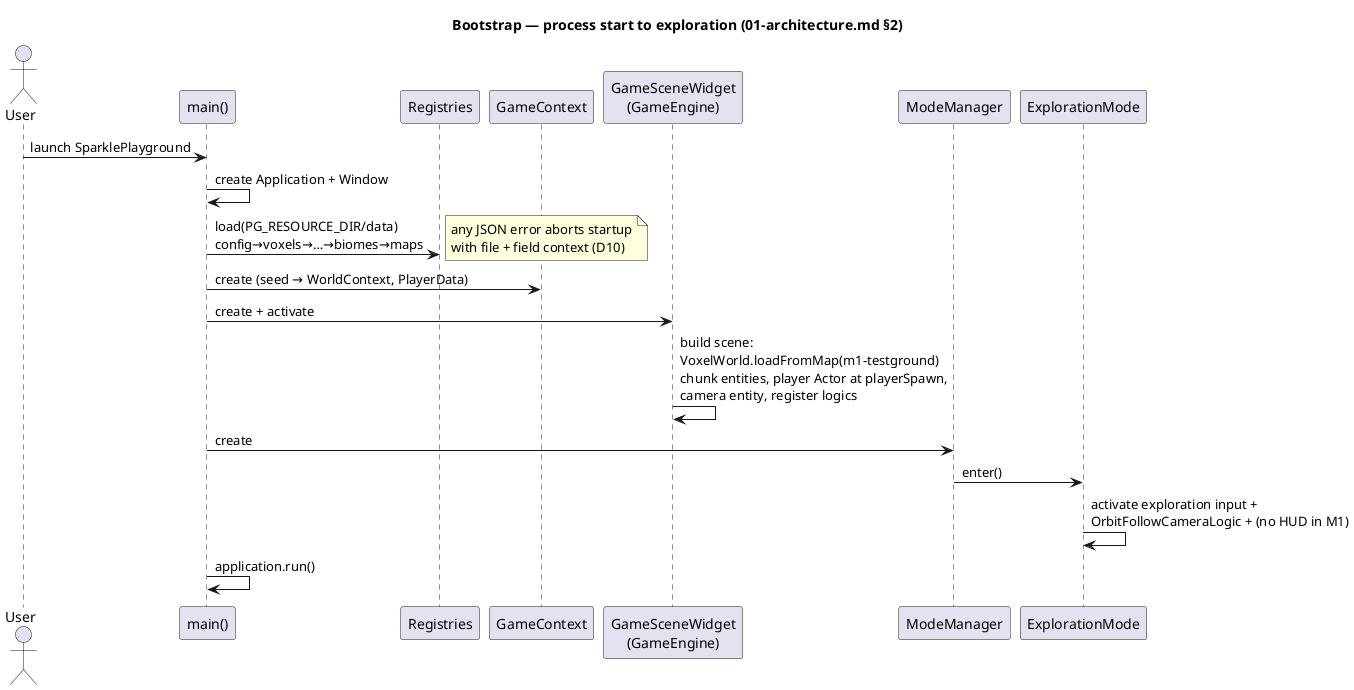
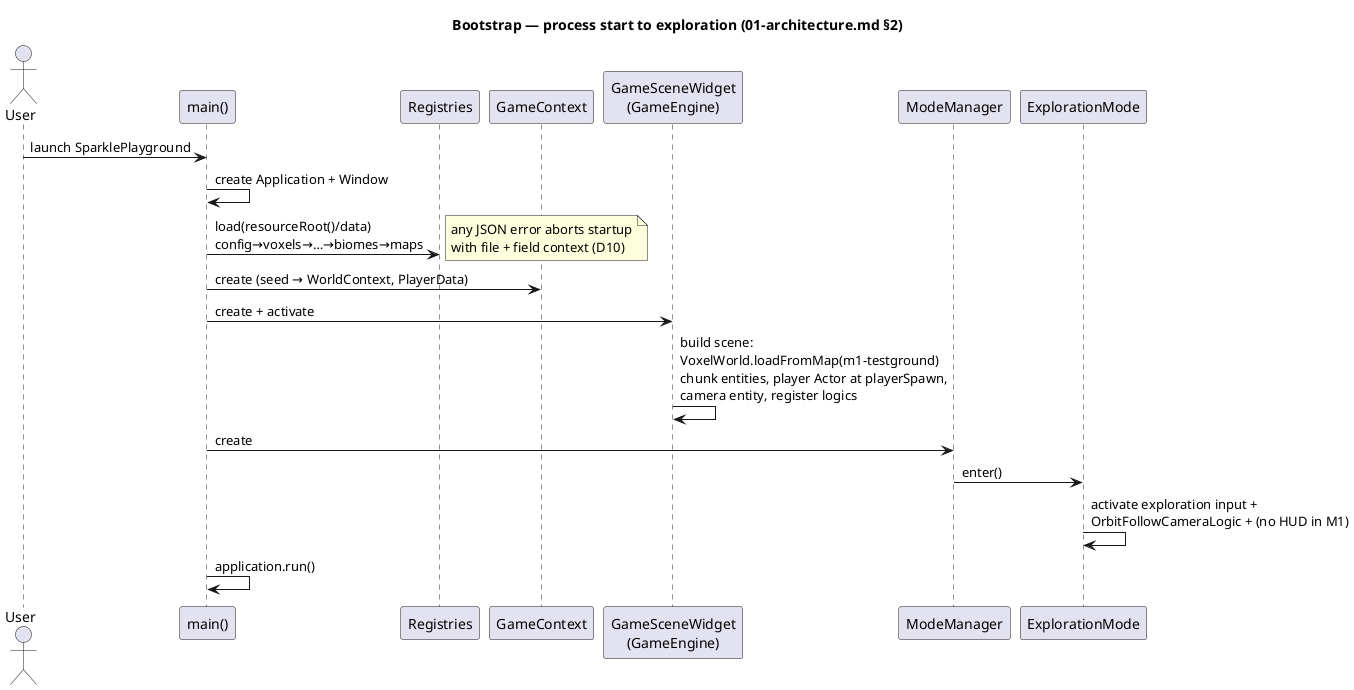
@startuml
title Bootstrap — process start to exploration (01-architecture.md §2)
actor User
participant "main()" as Main
participant "Registries" as Reg
participant "GameContext" as Ctx
participant "GameSceneWidget\n(GameEngine)" as Scene
participant "ModeManager" as MM
participant "ExplorationMode" as Explo

User -> Main : launch SparklePlayground
Main -> Main : create Application + Window
- Main -> Reg : load(PG_RESOURCE_DIR/data)\nconfig→voxels→…→biomes→maps
+ Main -> Reg : load(resourceRoot()/data)\nconfig→voxels→…→biomes→maps
note right : any JSON error aborts startup\nwith file + field context (D10)
Main -> Ctx : create (seed → WorldContext, PlayerData)
Main -> Scene : create + activate
Scene -> Scene : build scene:\nVoxelWorld.loadFromMap(m1-testground)\nchunk entities, player Actor at playerSpawn,\ncamera entity, register logics
Main -> MM : create
MM -> Explo : enter()
Explo -> Explo : activate exploration input +\nOrbitFollowCameraLogic + (no HUD in M1)
Main -> Main : application.run()
@enduml
